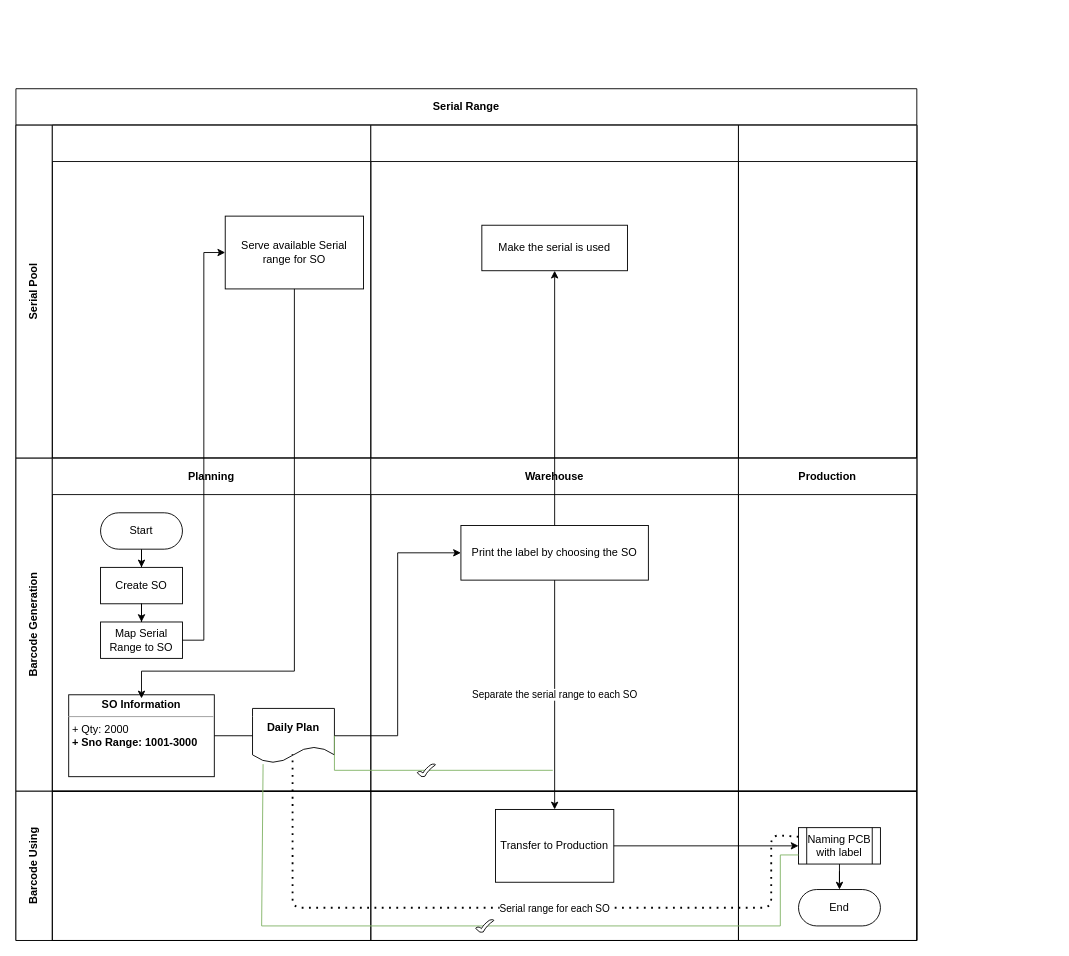
Above: Untitled Diagram.drawio in JasonNguyen1205/JasonNguyen1205 (draw.io), before the change. Source tidied: cells renumbered, new cells numbered last; positions are measured from the earlier drawing's top-left corner, leaving out a move shared by most shapes. Both pictures are drawn from the tidied source at 91%, with x=0, y=0 at pixel (15, 88).
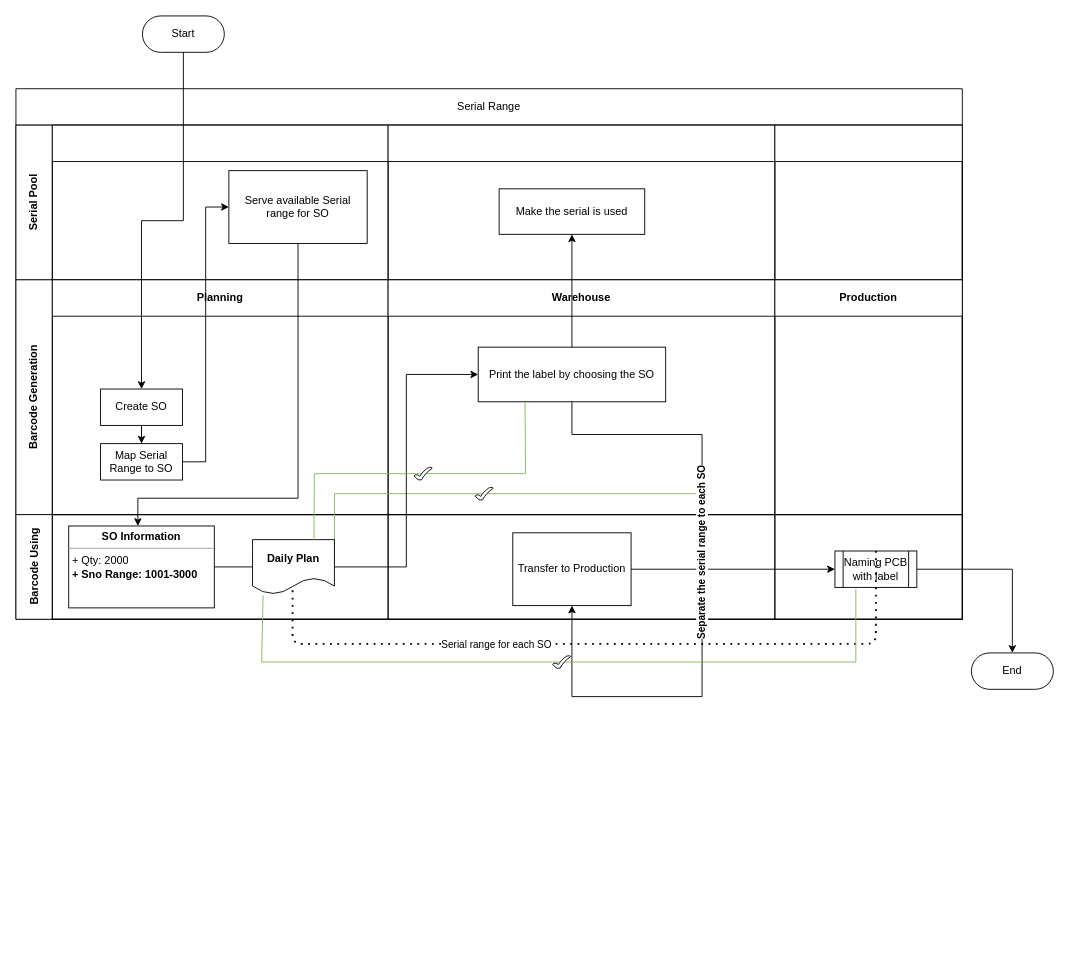
The same diagram, later.

Unchanged cells that the change refers to:
```xml
<mxCell id="13" value="Create SO" style="rounded=0;whiteSpace=wrap;html=1;" parent="10" vertex="1">
  <mxGeometry x="53" y="120" width="90" height="40" as="geometry" />
</mxCell>
<mxCell id="20" value="Print the label by choosing the SO" style="rounded=0;whiteSpace=wrap;html=1;" parent="19" vertex="1">
  <mxGeometry x="99" y="74" width="206" height="60" as="geometry" />
</mxCell>
<mxCell id="28" value="Transfer to Production" style="rounded=0;whiteSpace=wrap;html=1;" parent="27" vertex="1">
  <mxGeometry x="137" y="20" width="130" height="80" as="geometry" />
</mxCell>
<mxCell id="32" value="Naming PCB with label" style="shape=process;whiteSpace=wrap;html=1;backgroundOutline=1;" parent="29" vertex="1">
  <mxGeometry x="66" y="40" width="90" height="40" as="geometry" />
</mxCell>
```

Diff of the diagram source:
```diff
@@
+    <mxCell id="30" value="End" style="rounded=1;whiteSpace=wrap;html=1;arcSize=50;" parent="1" vertex="1">
+      <mxGeometry x="1050" y="620" width="90" height="40" as="geometry" />
+    </mxCell>
+    <mxCell id="31" style="edgeStyle=orthogonalEdgeStyle;rounded=0;jettySize=auto;html=1;" parent="1" edge="1" source="32" target="30">
+      <mxGeometry relative="1" as="geometry" />
+    </mxCell>
-    <mxCell id="2" value="Serial Range" style="shape=table;childLayout=tableLayout;rowLines=0;columnLines=0;startSize=40;html=1;whiteSpace=wrap;fontStyle=1;" parent="1" vertex="1">
-      <mxGeometry width="990" height="936" as="geometry" />
+    <mxCell id="2" value="Serial Range" style="shape=table;childLayout=tableLayout;rowLines=0;columnLines=0;startSize=40;html=1;whiteSpace=wrap;fontStyle=0;" parent="1" vertex="1">
+      <mxGeometry width="1040" height="583" as="geometry" />
     </mxCell>
     <mxCell id="3" value="Serial Pool" style="swimlane;horizontal=0;startSize=40;html=1;whiteSpace=wrap;" parent="2" vertex="1">
-      <mxGeometry y="40" width="990" height="366" as="geometry" />
+      <mxGeometry y="40" width="1040" height="170" as="geometry" />
     </mxCell>
     <mxCell id="4" style="swimlane;startSize=40;html=1;whiteSpace=wrap;" parent="3" vertex="1">
-      <mxGeometry x="40" width="350" height="366" as="geometry" />
+      <mxGeometry x="40" width="369" height="170" as="geometry" />
     </mxCell>
     <mxCell id="5" value="Serve available Serial range for SO" style="rounded=0;whiteSpace=wrap;html=1;" parent="4" vertex="1">
-      <mxGeometry x="190" y="100" width="152" height="80" as="geometry" />
+      <mxGeometry x="194" y="50" width="152" height="80" as="geometry" />
     </mxCell>
     <mxCell id="6" style="swimlane;startSize=40;html=1;whiteSpace=wrap;" parent="3" vertex="1">
-      <mxGeometry x="390" width="404" height="366" as="geometry" />
+      <mxGeometry x="409" width="425" height="170" as="geometry" />
     </mxCell>
     <mxCell id="7" value="Make the serial is used" style="rounded=0;whiteSpace=wrap;html=1;" parent="6" vertex="1">
-      <mxGeometry x="122" y="110" width="160" height="50" as="geometry" />
+      <mxGeometry x="122" y="70" width="160" height="50" as="geometry" />
     </mxCell>
     <mxCell id="8" style="swimlane;startSize=40;html=1;whiteSpace=wrap;" parent="3" vertex="1">
-      <mxGeometry x="794" width="196" height="366" as="geometry" />
+      <mxGeometry x="834" width="206" height="170" as="geometry" />
     </mxCell>
     <mxCell id="9" value="Barcode Generation&lt;br&gt;" style="swimlane;horizontal=0;startSize=40;html=1;whiteSpace=wrap;" parent="2" vertex="1">
-      <mxGeometry y="406" width="990" height="366" as="geometry" />
+      <mxGeometry y="210" width="1040" height="258" as="geometry" />
     </mxCell>
     <mxCell id="10" value="Planning" style="swimlane;startSize=40;html=1;whiteSpace=wrap;" parent="9" vertex="1">
-      <mxGeometry x="40" width="350" height="366" as="geometry" />
+      <mxGeometry x="40" width="369" height="258" as="geometry" />
     </mxCell>
-    <mxCell id="11" style="edgeStyle=orthogonalEdgeStyle;rounded=0;jettySize=auto;html=1;" parent="10" edge="1" source="12" target="13">
-      <mxGeometry relative="1" as="geometry" />
-    </mxCell>
-    <mxCell id="12" value="Start" style="rounded=1;whiteSpace=wrap;html=1;arcSize=50;" parent="10" vertex="1">
-      <mxGeometry x="53" y="60" width="90" height="40" as="geometry" />
-    </mxCell>
@@
-    <mxCell id="15" value="&lt;p style=&quot;margin: 0px ; margin-top: 4px ; text-align: center&quot;&gt;&lt;b&gt;SO Information&lt;/b&gt;&lt;/p&gt;&lt;hr size=&quot;1&quot;&gt;&lt;p style=&quot;margin: 0px ; margin-left: 4px&quot;&gt;+ Qty: 2000&lt;/p&gt;&lt;p style=&quot;margin: 0px ; margin-left: 4px&quot;&gt;&lt;b&gt;+ Sno Range: 1001-3000&lt;/b&gt;&lt;/p&gt;" style="verticalAlign=top;align=left;overflow=fill;fontSize=12;fontFamily=Helvetica;html=1;" parent="10" vertex="1">
-      <mxGeometry x="18" y="260" width="160" height="90" as="geometry" />
-    </mxCell>
@@
-    <mxCell id="17" value="&lt;b&gt;Daily Plan&lt;/b&gt;" style="shape=document;whiteSpace=wrap;html=1;boundedLbl=1;" parent="10" vertex="1">
-      <mxGeometry x="220" y="275" width="90" height="60" as="geometry" />
-    </mxCell>
-    <mxCell id="18" style="edgeStyle=orthogonalEdgeStyle;rounded=0;jettySize=auto;html=1;exitX=1;exitY=0.5;exitDx=0;exitDy=0;entryX=0;entryY=0.5;entryDx=0;entryDy=0;endArrow=none;" parent="10" edge="1" source="15" target="17">
-      <mxGeometry relative="1" as="geometry" />
-    </mxCell>
     <mxCell id="19" value="Warehouse" style="swimlane;startSize=40;html=1;whiteSpace=wrap;" parent="9" vertex="1">
-      <mxGeometry x="390" width="404" height="366" as="geometry" />
+      <mxGeometry x="409" width="425" height="258" as="geometry" />
     </mxCell>
@@
     <mxCell id="21" value="Production" style="swimlane;startSize=40;html=1;whiteSpace=wrap;" parent="9" vertex="1">
-      <mxGeometry x="794" width="196" height="366" as="geometry" />
+      <mxGeometry x="834" width="206" height="258" as="geometry" />
     </mxCell>
-    <mxCell id="22" style="edgeStyle=orthogonalEdgeStyle;rounded=0;jettySize=auto;html=1;exitX=1;exitY=0.5;exitDx=0;exitDy=0;entryX=0;entryY=0.5;entryDx=0;entryDy=0;startArrow=none;" parent="9" edge="1" source="17" target="20">
-      <mxGeometry relative="1" as="geometry" />
-    </mxCell>
     <mxCell id="23" value="Barcode Using" style="swimlane;horizontal=0;startSize=40;html=1;whiteSpace=wrap;" parent="2" vertex="1">
-      <mxGeometry y="772" width="990" height="164" as="geometry" />
+      <mxGeometry y="468" width="1040" height="115" as="geometry" />
     </mxCell>
     <mxCell id="24" style="swimlane;startSize=0;html=1;whiteSpace=wrap;" parent="23" vertex="1">
-      <mxGeometry x="40" width="350" height="164" as="geometry" />
+      <mxGeometry x="40" width="369" height="115" as="geometry" />
     </mxCell>
     <mxCell id="25" style="endArrow=none;html=1;exitX=1;exitY=0.5;exitDx=0;exitDy=0;rounded=0;fillColor=#d5e8d4;strokeColor=#82b366;startArrow=none;startFill=0;endFill=0;" parent="24" edge="1" source="17">
       <mxGeometry relative="1" as="geometry">
-        <mxPoint x="550" y="-23" as="targetPoint" />
+        <mxPoint x="720" y="-23" as="targetPoint" />
         <Array as="points">
           <mxPoint x="310" y="-23" />
         </Array>
       </mxGeometry>
     </mxCell>
@@
+    <mxCell id="15" value="&lt;p style=&quot;margin: 0px ; margin-top: 4px ; text-align: center&quot;&gt;&lt;b&gt;SO Information&lt;/b&gt;&lt;/p&gt;&lt;hr size=&quot;1&quot;&gt;&lt;p style=&quot;margin: 0px ; margin-left: 4px&quot;&gt;+ Qty: 2000&lt;/p&gt;&lt;p style=&quot;margin: 0px ; margin-left: 4px&quot;&gt;&lt;b&gt;+ Sno Range: 1001-3000&lt;/b&gt;&lt;/p&gt;" style="verticalAlign=top;align=left;overflow=fill;fontSize=12;fontFamily=Helvetica;html=1;" parent="24" vertex="1">
+      <mxGeometry x="18" y="12.5" width="160" height="90" as="geometry" />
+    </mxCell>
+    <mxCell id="17" value="&lt;b&gt;Daily Plan&lt;/b&gt;" style="shape=document;whiteSpace=wrap;html=1;boundedLbl=1;" parent="24" vertex="1">
+      <mxGeometry x="220" y="27.5" width="90" height="60" as="geometry" />
+    </mxCell>
+    <mxCell id="18" style="edgeStyle=orthogonalEdgeStyle;rounded=0;jettySize=auto;html=1;exitX=1;exitY=0.5;exitDx=0;exitDy=0;entryX=0;entryY=0.5;entryDx=0;entryDy=0;endArrow=none;" parent="24" edge="1" source="15" target="17">
+      <mxGeometry relative="1" as="geometry" />
+    </mxCell>
     <mxCell id="27" style="swimlane;startSize=0;html=1;whiteSpace=wrap;" parent="23" vertex="1">
-      <mxGeometry x="390" width="404" height="164" as="geometry" />
+      <mxGeometry x="409" width="425" height="115" as="geometry" />
     </mxCell>
@@
     <mxCell id="29" style="swimlane;startSize=0;html=1;whiteSpace=wrap;" parent="23" vertex="1">
-      <mxGeometry x="794" width="196" height="164" as="geometry" />
+      <mxGeometry x="834" width="206" height="115" as="geometry" />
     </mxCell>
-    <mxCell id="30" value="End" style="rounded=1;whiteSpace=wrap;html=1;arcSize=50;" parent="29" vertex="1">
-      <mxGeometry x="66" y="108" width="90" height="40" as="geometry" />
-    </mxCell>
-    <mxCell id="31" style="edgeStyle=orthogonalEdgeStyle;rounded=0;jettySize=auto;html=1;" parent="29" edge="1" source="32" target="30">
-      <mxGeometry relative="1" as="geometry" />
-    </mxCell>
@@
+    <mxCell id="38" style="endArrow=none;dashed=1;html=1;dashPattern=1 3;strokeWidth=2;entryX=0.489;entryY=0.84;entryDx=0;entryDy=0;entryPerimeter=0;exitX=0.5;exitY=0;exitDx=0;exitDy=0;fontStyle=1;" parent="23" edge="1" source="32" target="17">
+      <mxGeometry relative="1" as="geometry">
+        <Array as="points">
+          <mxPoint x="945" y="142" />
+          <mxPoint x="870" y="142" />
+          <mxPoint x="614" y="142" />
+          <mxPoint x="304" y="142" />
+        </Array>
+      </mxGeometry>
+    </mxCell>
+    <mxCell id="39" value="Serial range for each SO" style="edgeLabel;html=1;align=center;verticalAlign=middle;" parent="38" vertex="1">
+      <mxGeometry x="-0.19" y="1" relative="1" as="geometry">
+        <mxPoint x="-193" y="-1" as="offset" />
+      </mxGeometry>
+    </mxCell>
@@
-    <mxCell id="35" style="edgeStyle=orthogonalEdgeStyle;rounded=0;jettySize=auto;html=1;exitX=0.5;exitY=1;exitDx=0;exitDy=0;" parent="2" edge="1" source="5">
+    <mxCell id="35" style="edgeStyle=orthogonalEdgeStyle;rounded=0;jettySize=auto;html=1;exitX=0.5;exitY=1;exitDx=0;exitDy=0;" parent="2" edge="1" source="5" target="15">
       <mxGeometry relative="1" as="geometry">
-        <mxPoint x="138" y="670" as="targetPoint" />
         <Array as="points">
-          <mxPoint x="306" y="640" />
-          <mxPoint x="138" y="640" />
+          <mxPoint x="310" y="450" />
+          <mxPoint x="134" y="450" />
         </Array>
       </mxGeometry>
     </mxCell>
@@
-    <mxCell id="37" value="Separate the serial range to each SO" style="edgeStyle=orthogonalEdgeStyle;rounded=0;jettySize=auto;html=1;" parent="2" edge="1" source="20" target="28">
-      <mxGeometry relative="1" as="geometry" />
+    <mxCell id="37" value="Separate the serial range to each SO" style="edgeStyle=orthogonalEdgeStyle;rounded=0;jettySize=auto;html=1;horizontal=0;fontStyle=1;" parent="2" edge="1" source="20" target="28">
+      <mxGeometry x="-0.13" relative="1" as="geometry">
+        <Array as="points">
+          <mxPoint x="611" y="380" />
+          <mxPoint x="754" y="380" />
+          <mxPoint x="754" y="668" />
+          <mxPoint x="611" y="668" />
+        </Array>
+      </mxGeometry>
     </mxCell>
-    <mxCell id="38" style="endArrow=none;dashed=1;html=1;dashPattern=1 3;strokeWidth=2;entryX=0.489;entryY=0.84;entryDx=0;entryDy=0;entryPerimeter=0;exitX=0;exitY=0.25;exitDx=0;exitDy=0;" parent="2" edge="1" source="32" target="17">
-      <mxGeometry relative="1" as="geometry">
-        <Array as="points">
-          <mxPoint x="830" y="820" />
-          <mxPoint x="830" y="900" />
-          <mxPoint x="620" y="900" />
-          <mxPoint x="304" y="900" />
-        </Array>
-      </mxGeometry>
-    </mxCell>
-    <mxCell id="39" value="Serial range for each SO" style="edgeLabel;html=1;align=center;verticalAlign=middle;" parent="38" vertex="1">
-      <mxGeometry x="-0.19" y="1" relative="1" as="geometry">
-        <mxPoint x="-23" y="-1" as="offset" />
-      </mxGeometry>
-    </mxCell>
-    <mxCell id="40" style="endArrow=none;html=1;exitX=0.129;exitY=1.02;exitDx=0;exitDy=0;rounded=0;fillColor=#d5e8d4;strokeColor=#82b366;startArrow=none;startFill=0;endFill=0;entryX=0;entryY=0.75;entryDx=0;entryDy=0;exitPerimeter=0;" parent="2" edge="1" source="17" target="32">
+    <mxCell id="40" style="endArrow=none;html=1;exitX=0.129;exitY=1.02;exitDx=0;exitDy=0;rounded=0;fillColor=#d5e8d4;strokeColor=#82b366;startArrow=none;startFill=0;endFill=0;exitPerimeter=0;" parent="2" edge="1" source="17">
       <mxGeometry relative="1" as="geometry">
+        <mxPoint x="923" y="550" as="targetPoint" />
         <Array as="points">
-          <mxPoint x="270" y="920" />
-          <mxPoint x="840" y="920" />
-          <mxPoint x="840" y="842" />
+          <mxPoint x="270" y="630" />
+          <mxPoint x="923" y="630" />
         </Array>
       </mxGeometry>
     </mxCell>
@@
+    <mxCell id="22" style="edgeStyle=orthogonalEdgeStyle;rounded=0;jettySize=auto;html=1;exitX=1;exitY=0.5;exitDx=0;exitDy=0;entryX=0;entryY=0.5;entryDx=0;entryDy=0;startArrow=none;" parent="2" edge="1" source="17" target="20">
+      <mxGeometry relative="1" as="geometry" />
+    </mxCell>
+    <mxCell id="42" style="endArrow=none;html=1;exitX=0.75;exitY=0;exitDx=0;exitDy=0;rounded=0;fillColor=#d5e8d4;strokeColor=#82b366;startArrow=none;startFill=0;endFill=0;entryX=0.25;entryY=1;entryDx=0;entryDy=0;" parent="2" edge="1" source="17" target="20">
+      <mxGeometry relative="1" as="geometry">
+        <Array as="points">
+          <mxPoint x="328" y="423" />
+          <mxPoint x="560" y="423" />
+        </Array>
+      </mxGeometry>
+    </mxCell>
+    <mxCell id="43" style="verticalLabelPosition=bottom;verticalAlign=top;html=1;shape=mxgraph.basic.tick;fontFamily=Helvetica;fontSize=12;fontColor=#000000;align=center;strokeColor=#000000;fillColor=#ffffff;" parent="42" vertex="1">
+      <mxGeometry width="20" height="14" relative="1" as="geometry">
+        <mxPoint x="-10" y="-7" as="offset" />
+      </mxGeometry>
+    </mxCell>
+    <mxCell id="12" value="Start" style="rounded=1;whiteSpace=wrap;html=1;arcSize=50;" parent="1" vertex="1">
+      <mxGeometry x="139" y="-80" width="90" height="40" as="geometry" />
+    </mxCell>
+    <mxCell id="11" style="edgeStyle=orthogonalEdgeStyle;rounded=0;jettySize=auto;html=1;" parent="1" edge="1" source="12" target="13">
+      <mxGeometry relative="1" as="geometry" />
+    </mxCell>
```
